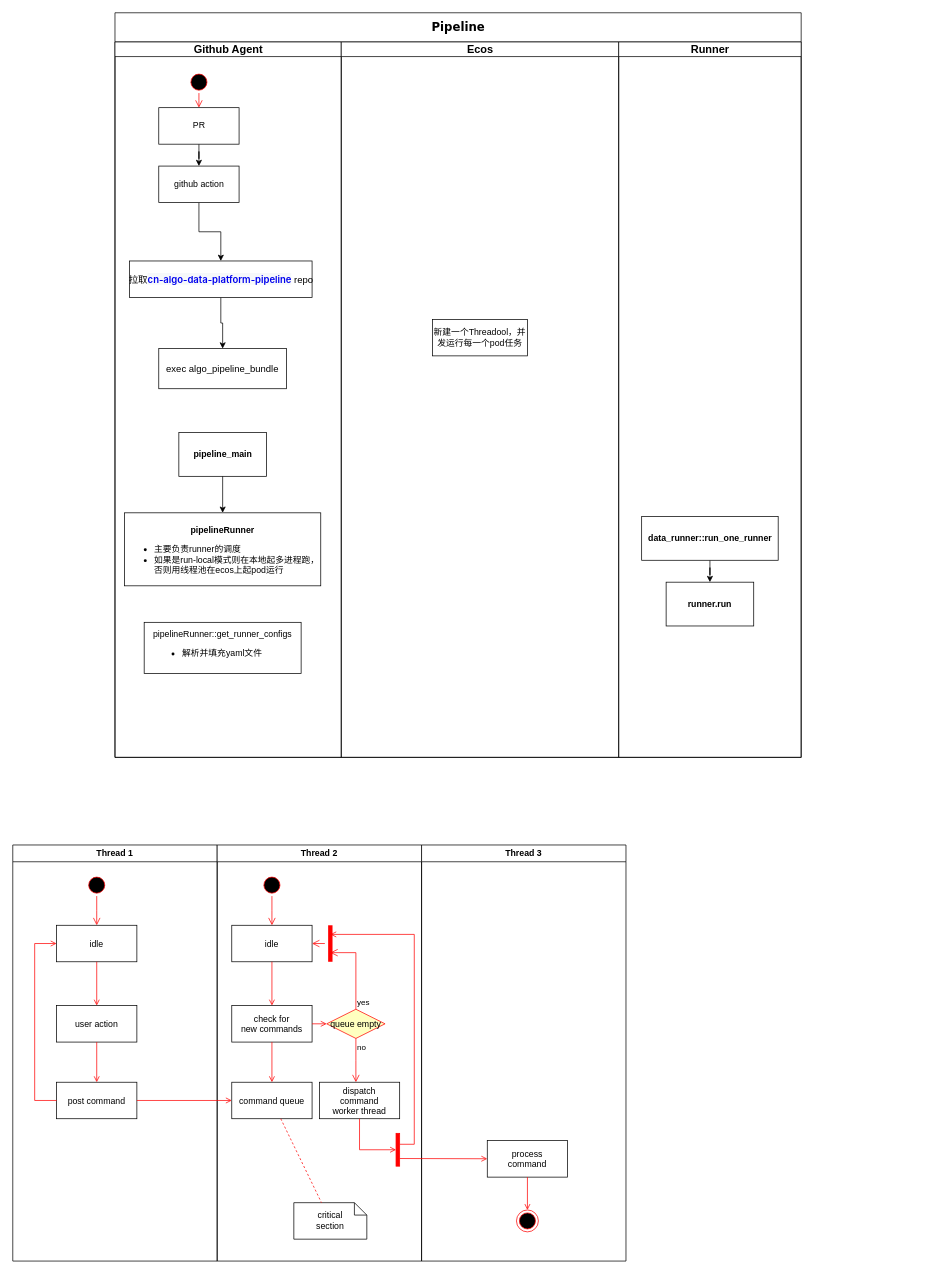
This is page "第 2 页" (2 of 2) of drawio/TuSimple.drawio from a244591052/Skill-Learning, a draw.io file, before an edit. Source tidied: cells renumbered, new cells numbered last; positions are measured from the earlier drawing's top-left corner, leaving out a move shared by most shapes. Both pictures are drawn from the tidied source at 73%, with x=0, y=0 at pixel (12, 12).
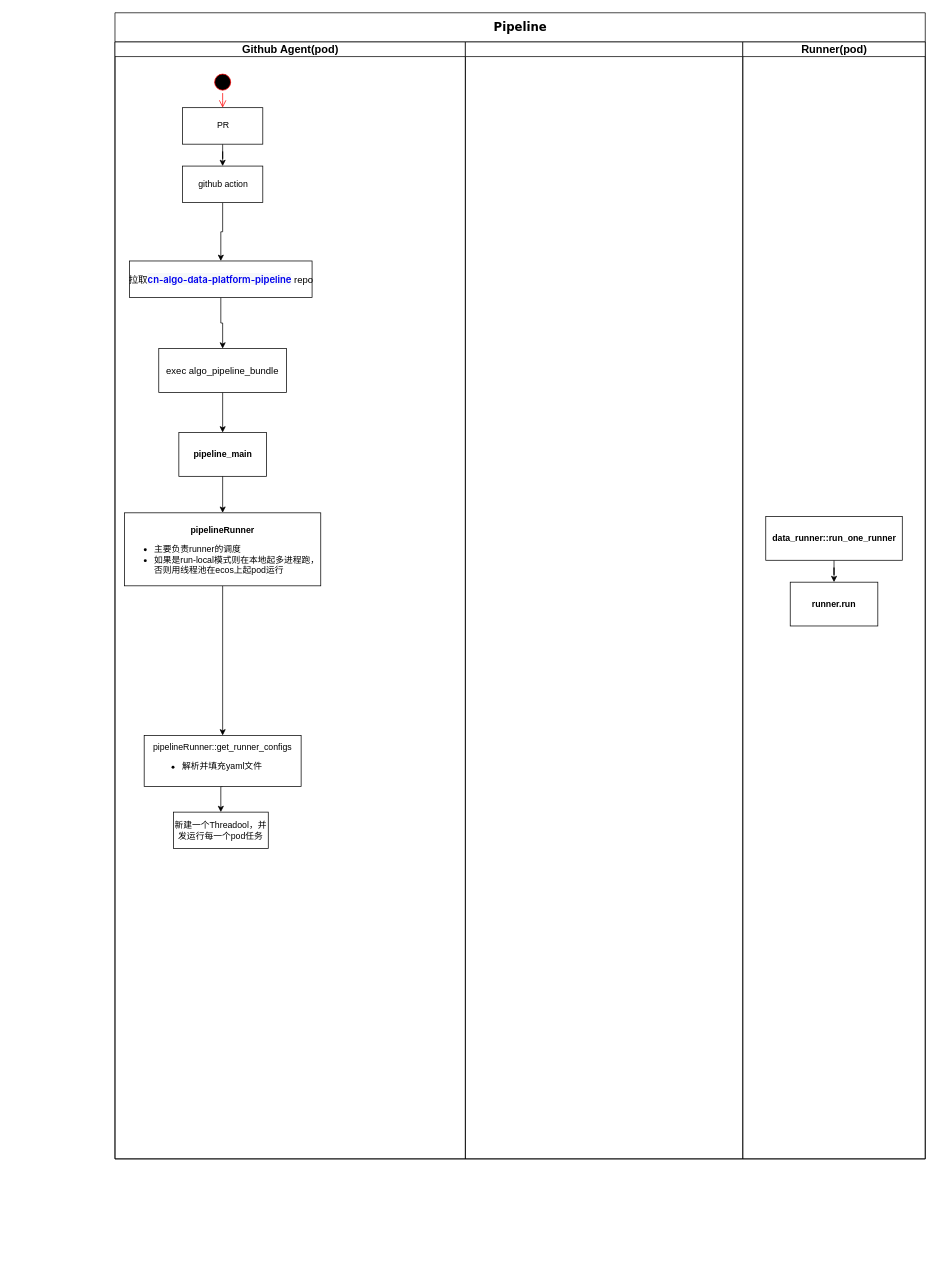
After the change.

Unchanged cells that the change refers to:
```xml
<mxCell id="13" value="&lt;b&gt;pipeline_main&lt;/b&gt;" style="whiteSpace=wrap;html=1;fillColor=rgb(255, 255, 255);strokeColor=rgb(0, 0, 0);fontColor=rgb(0, 0, 0);" parent="3" vertex="1">
  <mxGeometry x="87.5" y="535" width="120" height="60" as="geometry" />
</mxCell>
<mxCell id="14" value="&lt;b&gt;&lt;br&gt;pipelineRunner&lt;/b&gt;&lt;br&gt;&lt;ul&gt;&lt;li style=&quot;text-align: left;&quot;&gt;主要负责runner的调度&lt;/li&gt;&lt;li style=&quot;text-align: left;&quot;&gt;如果是run-local模式则在本地起多进程跑，否则用线程池在ecos上起pod运行&lt;/li&gt;&lt;/ul&gt;" style="whiteSpace=wrap;html=1;fillColor=rgb(255, 255, 255);strokeColor=rgb(0, 0, 0);fontColor=rgb(0, 0, 0);" parent="3" vertex="1">
  <mxGeometry x="13.1" y="645" width="268.8" height="100" as="geometry" />
</mxCell>
```

What changed in the source:
```diff
@@
     <mxCell id="2" value="&lt;font style=&quot;font-size: 16px;&quot;&gt;Pipeline&lt;/font&gt;" style="swimlane;html=1;startSize=40;rounded=0;shadow=0;comic=0;labelBackgroundColor=none;strokeWidth=1;fontFamily=Verdana;fontSize=12;align=center;" parent="1" vertex="1">
-      <mxGeometry x="140" width="940" height="1020" as="geometry" />
+      <mxGeometry x="140" width="1110" height="1570" as="geometry" />
     </mxCell>
-    <mxCell id="3" value="&lt;font style=&quot;font-size: 15px;&quot;&gt;Github Agent&lt;/font&gt;" style="swimlane;html=1;startSize=20;" parent="2" vertex="1">
-      <mxGeometry y="40" width="310" height="980" as="geometry" />
+    <mxCell id="3" value="&lt;font style=&quot;font-size: 15px;&quot;&gt;Github Agent(pod)&lt;/font&gt;" style="swimlane;html=1;startSize=20;" parent="2" vertex="1">
+      <mxGeometry y="40" width="480" height="1530" as="geometry" />
     </mxCell>
     <mxCell id="4" style="ellipse;html=1;shape=startState;fillColor=#000000;strokeColor=#ff0000;" parent="3" vertex="1">
-      <mxGeometry x="100" y="40" width="30" height="30" as="geometry" />
+      <mxGeometry x="132.5" y="40" width="30" height="30" as="geometry" />
     </mxCell>
     <mxCell id="5" style="edgeStyle=orthogonalEdgeStyle;html=1;verticalAlign=bottom;endArrow=open;endSize=8;strokeColor=#ff0000;rounded=0;" parent="3" edge="1" source="4">
       <mxGeometry relative="1" as="geometry">
-        <mxPoint x="115" y="90" as="targetPoint" />
+        <mxPoint x="147.5" y="90" as="targetPoint" />
       </mxGeometry>
     </mxCell>
@@
     <mxCell id="7" value="PR" style="html=1;" parent="3" vertex="1">
-      <mxGeometry x="60" y="90" width="110" height="50" as="geometry" />
+      <mxGeometry x="92.5" y="90" width="110" height="50" as="geometry" />
     </mxCell>
@@
     <mxCell id="9" value="github action" style="html=1;fillColor=rgb(255, 255, 255);strokeColor=rgb(0, 0, 0);fontColor=rgb(0, 0, 0);" parent="3" vertex="1">
-      <mxGeometry x="60" y="170" width="110" height="50" as="geometry" />
+      <mxGeometry x="92.5" y="170" width="110" height="50" as="geometry" />
     </mxCell>
@@
+    <mxCell id="58" style="edgeStyle=orthogonalEdgeStyle;rounded=0;jettySize=auto;html=1;fontSize=13;" parent="3" edge="1" source="12" target="13">
+      <mxGeometry relative="1" as="geometry" />
+    </mxCell>
     <mxCell id="12" value="exec algo_pipeline_bundle" style="whiteSpace=wrap;html=1;fontSize=13;fillColor=rgb(255, 255, 255);strokeColor=rgb(0, 0, 0);fontColor=rgb(0, 0, 0);" parent="3" vertex="1">
-      <mxGeometry x="60" y="420" width="175" height="55" as="geometry" />
+      <mxGeometry x="60" y="420" width="175" height="60" as="geometry" />
     </mxCell>
@@
+    <mxCell id="59" style="edgeStyle=orthogonalEdgeStyle;rounded=0;jettySize=auto;html=1;exitX=0.5;exitY=1;exitDx=0;exitDy=0;entryX=0.5;entryY=0;entryDx=0;entryDy=0;fontSize=13;" parent="3" edge="1" source="14" target="16">
+      <mxGeometry relative="1" as="geometry" />
+    </mxCell>
@@
+    <mxCell id="60" style="edgeStyle=orthogonalEdgeStyle;rounded=0;jettySize=auto;html=1;exitX=0.5;exitY=1;exitDx=0;exitDy=0;entryX=0.5;entryY=0;entryDx=0;entryDy=0;fontSize=13;" parent="3" edge="1" source="16" target="18">
+      <mxGeometry relative="1" as="geometry" />
+    </mxCell>
     <mxCell id="16" value="&lt;font style=&quot;font-size: 12px;&quot;&gt;pipelineRunner::get_runner_configs&lt;br style=&quot;font-size: 12px;&quot;&gt;&lt;ul&gt;&lt;li style=&quot;text-align: left;&quot;&gt;&lt;span style=&quot;background-color: initial;&quot;&gt;解析并填充yaml文件&lt;/span&gt;&lt;/li&gt;&lt;/ul&gt;&lt;/font&gt;" style="rounded=0;whiteSpace=wrap;html=1;fontSize=12;" parent="3" vertex="1">
-      <mxGeometry x="40" y="795" width="215" height="70" as="geometry" />
+      <mxGeometry x="40" y="950" width="215" height="70" as="geometry" />
     </mxCell>
+    <mxCell id="18" value="新建一个Threadool，并发运行每一个pod任务" style="whiteSpace=wrap;html=1;fillColor=rgb(255, 255, 255);strokeColor=rgb(0, 0, 0);fontColor=rgb(0, 0, 0);" parent="3" vertex="1">
+      <mxGeometry x="80" y="1055" width="130" height="50" as="geometry" />
+    </mxCell>
-    <mxCell id="17" value="&lt;span style=&quot;font-size: 15px;&quot;&gt;Ecos&lt;/span&gt;" style="swimlane;html=1;startSize=20;" parent="2" vertex="1">
-      <mxGeometry x="310" y="40" width="380" height="980" as="geometry" />
+    <mxCell id="17" style="swimlane;html=1;startSize=20;" parent="2" vertex="1">
+      <mxGeometry x="480" y="40" width="380" height="1530" as="geometry" />
     </mxCell>
-    <mxCell id="18" value="新建一个Threadool，并发运行每一个pod任务" style="whiteSpace=wrap;html=1;fillColor=rgb(255, 255, 255);strokeColor=rgb(0, 0, 0);fontColor=rgb(0, 0, 0);" parent="17" vertex="1">
-      <mxGeometry x="125" y="380" width="130" height="50" as="geometry" />
-    </mxCell>
-    <mxCell id="19" value="&lt;font style=&quot;font-size: 15px;&quot;&gt;Runner&lt;/font&gt;" style="swimlane;html=1;startSize=20;" parent="2" vertex="1">
-      <mxGeometry x="690" y="40" width="250" height="980" as="geometry" />
+    <mxCell id="19" value="&lt;font style=&quot;font-size: 15px;&quot;&gt;Runner(pod)&lt;/font&gt;" style="swimlane;html=1;startSize=20;" parent="2" vertex="1">
+      <mxGeometry x="860" y="40" width="250" height="1530" as="geometry" />
     </mxCell>
@@
-    <mxCell id="23" value="Thread 1" style="swimlane;whiteSpace=wrap;" parent="1" vertex="1">
-      <mxGeometry y="1140" width="280" height="570" as="geometry" />
-    </mxCell>
-    <mxCell id="24" style="ellipse;shape=startState;fillColor=#000000;strokeColor=#ff0000;" parent="23" vertex="1">
-      <mxGeometry x="100" y="40" width="30" height="30" as="geometry" />
-    </mxCell>
-    <mxCell id="25" style="edgeStyle=elbowEdgeStyle;elbow=horizontal;verticalAlign=bottom;endArrow=open;endSize=8;strokeColor=#FF0000;endFill=1;rounded=0;" parent="23" edge="1" source="24" target="26">
-      <mxGeometry x="100" y="40" as="geometry" />
-    </mxCell>
-    <mxCell id="26" value="idle" parent="23" vertex="1">
-      <mxGeometry x="60" y="110" width="110" height="50" as="geometry" />
-    </mxCell>
-    <mxCell id="27" value="user action" parent="23" vertex="1">
-      <mxGeometry x="60" y="220" width="110" height="50" as="geometry" />
-    </mxCell>
-    <mxCell id="28" style="endArrow=open;strokeColor=#FF0000;endFill=1;rounded=0;" parent="23" edge="1" source="26" target="27">
-      <mxGeometry relative="1" as="geometry" />
-    </mxCell>
-    <mxCell id="29" value="post command" parent="23" vertex="1">
-      <mxGeometry x="60" y="325" width="110" height="50" as="geometry" />
-    </mxCell>
-    <mxCell id="30" style="endArrow=open;strokeColor=#FF0000;endFill=1;rounded=0;" parent="23" edge="1" source="27" target="29">
-      <mxGeometry relative="1" as="geometry" />
-    </mxCell>
-    <mxCell id="31" style="edgeStyle=elbowEdgeStyle;elbow=horizontal;strokeColor=#FF0000;endArrow=open;endFill=1;rounded=0;" parent="23" edge="1" source="29" target="26">
-      <mxGeometry relative="1" as="geometry">
-        <Array as="points">
-          <mxPoint x="30" y="250" />
-        </Array>
-      </mxGeometry>
-    </mxCell>
-    <mxCell id="32" value="Thread 2" style="swimlane;whiteSpace=wrap;" parent="1" vertex="1">
-      <mxGeometry x="280" y="1140" width="280" height="570" as="geometry" />
-    </mxCell>
-    <mxCell id="33" style="ellipse;shape=startState;fillColor=#000000;strokeColor=#ff0000;" parent="32" vertex="1">
-      <mxGeometry x="60" y="40" width="30" height="30" as="geometry" />
-    </mxCell>
-    <mxCell id="34" style="edgeStyle=elbowEdgeStyle;elbow=horizontal;verticalAlign=bottom;endArrow=open;endSize=8;strokeColor=#FF0000;endFill=1;rounded=0;" parent="32" edge="1" source="33" target="35">
-      <mxGeometry x="40" y="20" as="geometry" />
-    </mxCell>
-    <mxCell id="35" value="idle" parent="32" vertex="1">
-      <mxGeometry x="20" y="110" width="110" height="50" as="geometry" />
-    </mxCell>
-    <mxCell id="36" value="check for &#10;new commands" parent="32" vertex="1">
-      <mxGeometry x="20" y="220" width="110" height="50" as="geometry" />
-    </mxCell>
-    <mxCell id="37" style="endArrow=open;strokeColor=#FF0000;endFill=1;rounded=0;" parent="32" edge="1" source="35" target="36">
-      <mxGeometry relative="1" as="geometry" />
-    </mxCell>
-    <mxCell id="38" value="command queue" parent="32" vertex="1">
-      <mxGeometry x="20" y="325" width="110" height="50" as="geometry" />
-    </mxCell>
-    <mxCell id="39" style="endArrow=open;strokeColor=#FF0000;endFill=1;rounded=0;" parent="32" edge="1" source="36" target="38">
-      <mxGeometry relative="1" as="geometry" />
-    </mxCell>
-    <mxCell id="40" value="queue empty" style="rhombus;fillColor=#ffffc0;strokeColor=#ff0000;" parent="32" vertex="1">
-      <mxGeometry x="150" y="225" width="80" height="40" as="geometry" />
-    </mxCell>
-    <mxCell id="41" value="yes" style="edgeStyle=elbowEdgeStyle;elbow=horizontal;align=left;verticalAlign=bottom;endArrow=open;endSize=8;strokeColor=#FF0000;exitX=0.5;exitY=0;endFill=1;rounded=0;entryX=0.75;entryY=0.5;entryPerimeter=0;" parent="32" edge="1" source="40" target="44">
-      <mxGeometry x="-1" relative="1" as="geometry">
-        <Array as="points">
-          <mxPoint x="190" y="180" />
-        </Array>
-      </mxGeometry>
-    </mxCell>
-    <mxCell id="42" value="no" style="edgeStyle=elbowEdgeStyle;elbow=horizontal;align=left;verticalAlign=top;endArrow=open;endSize=8;strokeColor=#FF0000;endFill=1;rounded=0;" parent="32" edge="1" source="40" target="46">
-      <mxGeometry x="-1" relative="1" as="geometry" />
-    </mxCell>
-    <mxCell id="43" style="endArrow=open;strokeColor=#FF0000;endFill=1;rounded=0;" parent="32" edge="1" source="36" target="40">
-      <mxGeometry relative="1" as="geometry" />
-    </mxCell>
-    <mxCell id="44" style="shape=line;strokeWidth=6;strokeColor=#ff0000;rotation=90;" parent="32" vertex="1">
-      <mxGeometry x="130" y="127.5" width="50" height="15" as="geometry" />
-    </mxCell>
-    <mxCell id="45" style="edgeStyle=elbowEdgeStyle;elbow=horizontal;verticalAlign=bottom;endArrow=open;endSize=8;strokeColor=#FF0000;endFill=1;rounded=0;" parent="32" edge="1" source="44" target="35">
-      <mxGeometry x="130" y="90" as="geometry" />
-    </mxCell>
-    <mxCell id="46" value="dispatch&#10;command&#10;worker thread" parent="32" vertex="1">
-      <mxGeometry x="140" y="325" width="110" height="50" as="geometry" />
-    </mxCell>
-    <mxCell id="47" value="critical&#10;section" style="shape=note;whiteSpace=wrap;size=17;" parent="32" vertex="1">
-      <mxGeometry x="105" y="490" width="100" height="50" as="geometry" />
-    </mxCell>
-    <mxCell id="48" style="endArrow=none;strokeColor=#FF0000;endFill=0;rounded=0;dashed=1;" parent="32" edge="1" source="38" target="47">
-      <mxGeometry relative="1" as="geometry" />
-    </mxCell>
-    <mxCell id="49" style="whiteSpace=wrap;strokeColor=#FF0000;fillColor=#FF0000;" parent="32" vertex="1">
-      <mxGeometry x="245" y="395" width="5" height="45" as="geometry" />
-    </mxCell>
-    <mxCell id="50" style="edgeStyle=elbowEdgeStyle;elbow=horizontal;entryX=0;entryY=0.5;strokeColor=#FF0000;endArrow=open;endFill=1;rounded=0;" parent="32" edge="1" source="46" target="49">
-      <mxGeometry relative="1" as="geometry">
-        <Array as="points">
-          <mxPoint x="195" y="400" />
-        </Array>
-      </mxGeometry>
-    </mxCell>
-    <mxCell id="51" value="Thread 3" style="swimlane;whiteSpace=wrap;" parent="1" vertex="1">
-      <mxGeometry x="560" y="1140" width="280" height="570" as="geometry" />
-    </mxCell>
-    <mxCell id="52" value="process&#10;command" parent="51" vertex="1">
-      <mxGeometry x="90" y="405" width="110" height="50" as="geometry" />
-    </mxCell>
-    <mxCell id="53" style="edgeStyle=elbowEdgeStyle;elbow=horizontal;strokeColor=#FF0000;endArrow=open;endFill=1;rounded=0;entryX=0.25;entryY=0.5;entryPerimeter=0;" parent="51" edge="1" target="44">
-      <mxGeometry relative="1" as="geometry">
-        <mxPoint x="-30" y="410" as="sourcePoint" />
-        <Array as="points">
-          <mxPoint x="-10" y="135" />
-        </Array>
-      </mxGeometry>
-    </mxCell>
-    <mxCell id="54" style="edgeStyle=none;strokeColor=#FF0000;endArrow=open;endFill=1;rounded=0;" parent="51" edge="1" target="52">
-      <mxGeometry relative="1" as="geometry">
-        <mxPoint x="-30" y="429.5" as="sourcePoint" />
-      </mxGeometry>
-    </mxCell>
-    <mxCell id="55" style="ellipse;shape=endState;fillColor=#000000;strokeColor=#ff0000;" parent="51" vertex="1">
-      <mxGeometry x="130" y="500" width="30" height="30" as="geometry" />
-    </mxCell>
-    <mxCell id="56" style="endArrow=open;strokeColor=#FF0000;endFill=1;rounded=0;" parent="51" edge="1" source="52" target="55">
-      <mxGeometry relative="1" as="geometry" />
-    </mxCell>
-    <mxCell id="57" style="endArrow=open;strokeColor=#FF0000;endFill=1;rounded=0;" parent="1" edge="1" source="29" target="38">
-      <mxGeometry relative="1" as="geometry" />
-    </mxCell>
```
